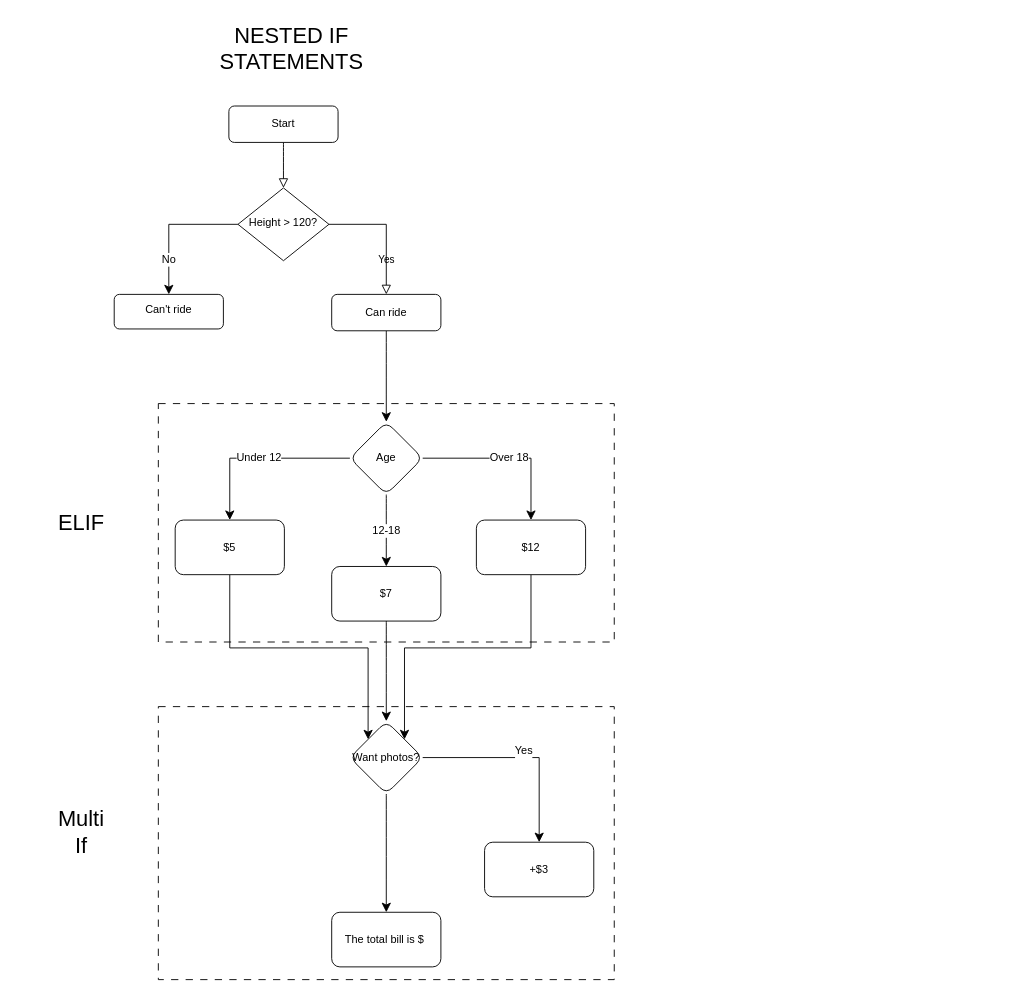
sdathompson/Crash-Course-Collection keeps this draw.io diagram as Python Crash Course/100Days/Python Flowchart.drawio. Above is the earlier version. Source tidied: cells renumbered, new cells numbered last; positions are measured from the earlier drawing's top-left corner, leaving out a move shared by most shapes. Both pictures are drawn from the tidied source at 91%, with x=0, y=0 at pixel (15, 15).
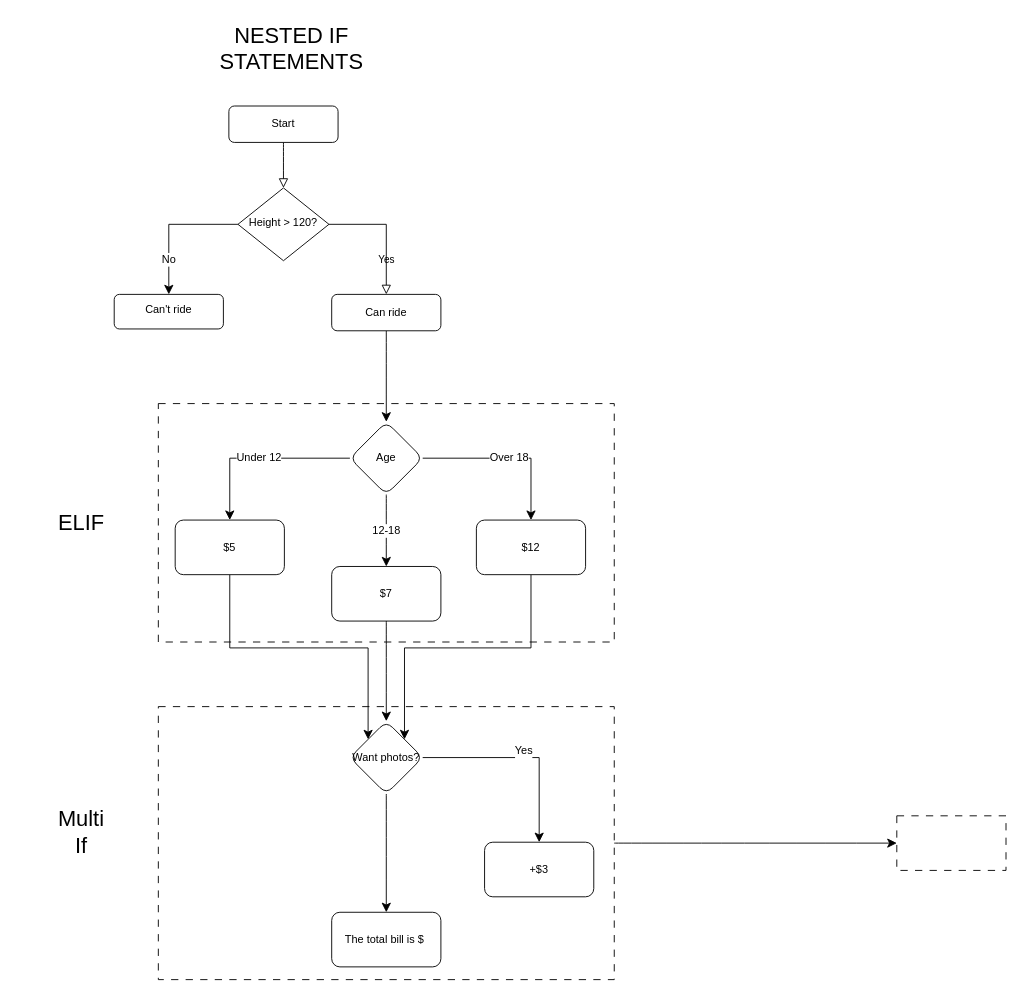
The same page after the edit.

The change refers to these unchanged cells:
```xml
<mxCell id="28" style="rounded=0;whiteSpace=wrap;html=1;fillColor=none;dashed=1;dashPattern=8 8;strokeColor=light-dark(#000000,#99CCFF);" parent="1" vertex="1">
  <mxGeometry x="156.5" y="759" width="501" height="300" as="geometry" />
</mxCell>
```

What changed in the source:
```diff
@@
+    <mxCell id="30" style="edgeStyle=none;curved=1;rounded=0;jettySize=auto;html=1;fontSize=12;startSize=8;endSize=8;" parent="1" edge="1" source="28" target="31">
+      <mxGeometry relative="1" as="geometry" />
+    </mxCell>
@@
+    <mxCell id="31" style="whiteSpace=wrap;html=1;fillColor=none;strokeColor=light-dark(#000000,#99CCFF);rounded=0;dashed=1;dashPattern=8 8;" parent="1" vertex="1">
+      <mxGeometry x="968" y="879" width="120" height="60" as="geometry" />
+    </mxCell>
```
